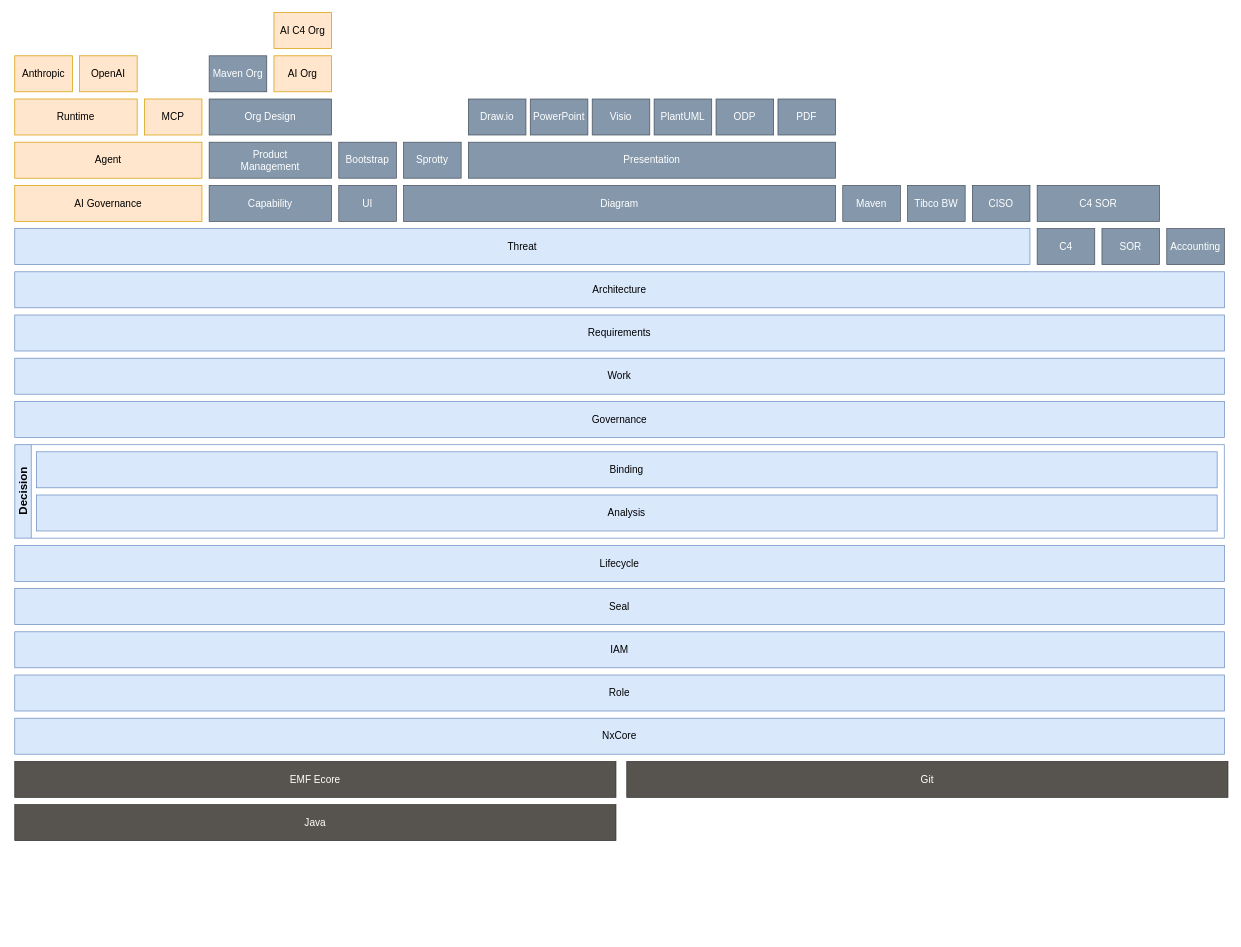
Above: model-tower.drawio in Nasdanika/nasdanika.com (draw.io), before the change. Source tidied: cells renumbered, new cells numbered last; positions are measured from the earlier drawing's top-left corner, leaving out a move shared by most shapes. Both pictures are drawn from the tidied source at 72%, with x=0, y=0 at pixel (14, 12).
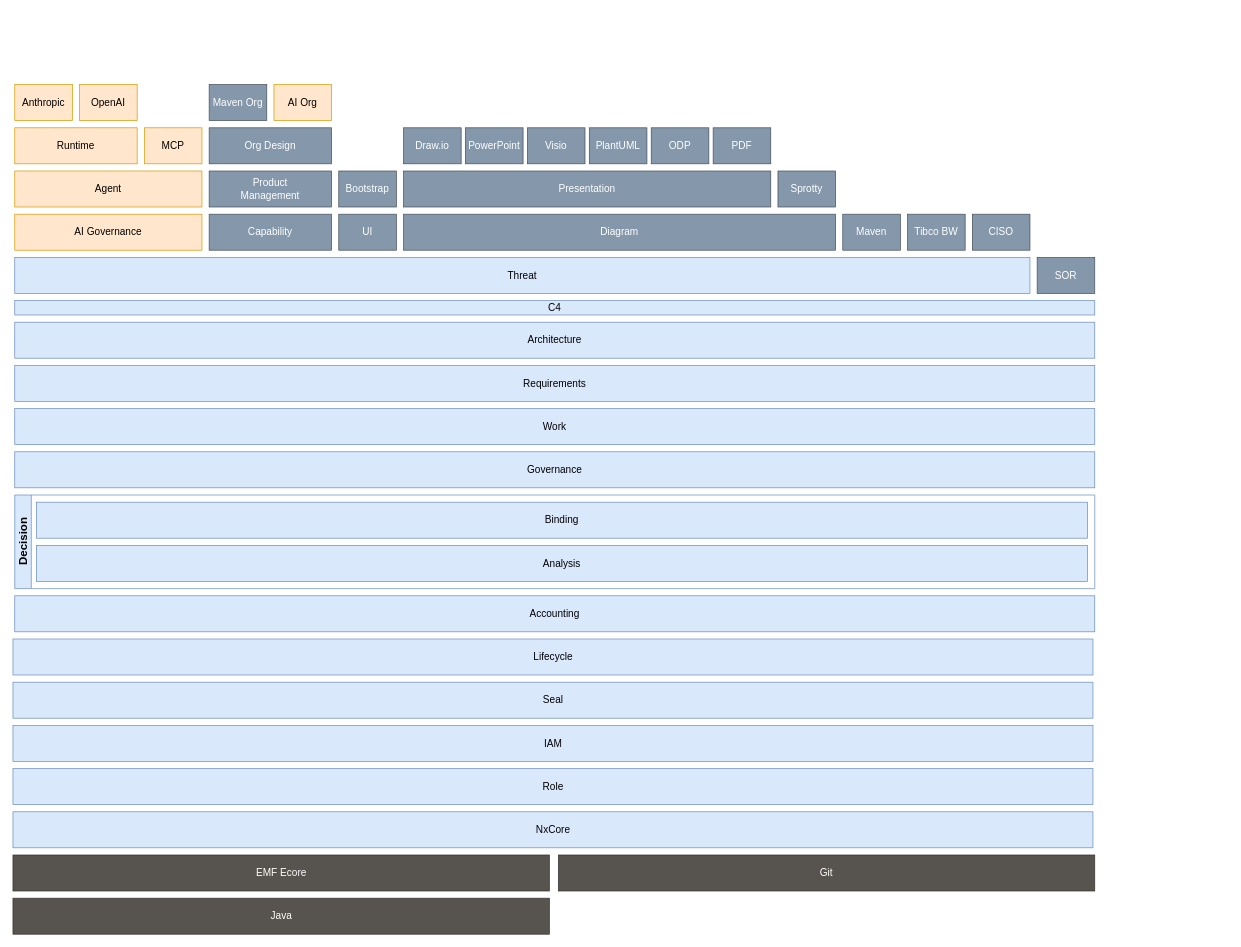
After the change.

What changed in the source:
```diff
@@
     <mxCell id="2" value="NxCore" style="rounded=0;whiteSpace=wrap;html=1;fillColor=#dae8fc;strokeColor=#6c8ebf;fontSize=14;" parent="1" vertex="1">
-      <mxGeometry y="980" width="1680" height="50" as="geometry" />
+      <mxGeometry x="-2.5" y="1110" width="1500" height="50" as="geometry" />
     </mxCell>
     <mxCell id="3" value="Role" style="rounded=0;whiteSpace=wrap;html=1;fillColor=#dae8fc;strokeColor=#6c8ebf;fontSize=14;" parent="1" vertex="1">
-      <mxGeometry y="920" width="1680" height="50" as="geometry" />
+      <mxGeometry x="-2.5" y="1050" width="1500" height="50" as="geometry" />
     </mxCell>
     <mxCell id="4" value="IAM" style="rounded=0;whiteSpace=wrap;html=1;fillColor=#dae8fc;strokeColor=#6c8ebf;fontSize=14;" parent="1" vertex="1">
-      <mxGeometry y="860" width="1680" height="50" as="geometry" />
+      <mxGeometry x="-2.5" y="990" width="1500" height="50" as="geometry" />
     </mxCell>
     <mxCell id="5" value="Lifecycle" style="rounded=0;whiteSpace=wrap;html=1;fillColor=#dae8fc;strokeColor=#6c8ebf;fontSize=14;" parent="1" vertex="1">
-      <mxGeometry y="740" width="1680" height="50" as="geometry" />
+      <mxGeometry x="-2.5" y="870" width="1500" height="50" as="geometry" />
     </mxCell>
     <mxCell id="6" value="Governance" style="rounded=0;whiteSpace=wrap;html=1;fillColor=#dae8fc;strokeColor=#6c8ebf;fontSize=14;" parent="1" vertex="1">
-      <mxGeometry y="540" width="1680" height="50" as="geometry" />
+      <mxGeometry y="610" width="1500" height="50" as="geometry" />
     </mxCell>
     <mxCell id="7" value="Work" style="rounded=0;whiteSpace=wrap;html=1;fillColor=#dae8fc;strokeColor=#6c8ebf;fontSize=14;" parent="1" vertex="1">
-      <mxGeometry y="480" width="1680" height="50" as="geometry" />
+      <mxGeometry y="550" width="1500" height="50" as="geometry" />
     </mxCell>
     <mxCell id="8" value="Architecture" style="rounded=0;whiteSpace=wrap;html=1;fillColor=#dae8fc;strokeColor=#6c8ebf;fontSize=14;" parent="1" vertex="1">
-      <mxGeometry y="360" width="1680" height="50" as="geometry" />
+      <mxGeometry y="430" width="1500" height="50" as="geometry" />
     </mxCell>
     <mxCell id="9" value="Threat" style="rounded=0;whiteSpace=wrap;html=1;fillColor=#dae8fc;strokeColor=#6c8ebf;fontSize=14;" parent="1" vertex="1">
-      <mxGeometry y="300" width="1410" height="50" as="geometry" />
+      <mxGeometry y="340" width="1410" height="50" as="geometry" />
     </mxCell>
     <mxCell id="10" value="Org Design" style="rounded=0;whiteSpace=wrap;html=1;fillColor=#8598AB;strokeColor=#47515C;fontColor=#FFFFFF;fontSize=14;" parent="1" vertex="1">
-      <mxGeometry x="270" y="120" width="170" height="50" as="geometry" />
+      <mxGeometry x="270" y="160" width="170" height="50" as="geometry" />
     </mxCell>
     <mxCell id="11" value="Agent" style="rounded=0;whiteSpace=wrap;html=1;fillColor=#ffe6cc;strokeColor=#d79b00;fontSize=14;" parent="1" vertex="1">
-      <mxGeometry y="180" width="260" height="50" as="geometry" />
+      <mxGeometry y="220" width="260" height="50" as="geometry" />
     </mxCell>
     <mxCell id="12" value="MCP" style="rounded=0;whiteSpace=wrap;html=1;fillColor=#ffe6cc;strokeColor=#d79b00;fontSize=14;" parent="1" vertex="1">
-      <mxGeometry x="180" y="120" width="80" height="50" as="geometry" />
+      <mxGeometry x="180" y="160" width="80" height="50" as="geometry" />
     </mxCell>
     <mxCell id="13" value="Runtime" style="rounded=0;whiteSpace=wrap;html=1;fillColor=#ffe6cc;strokeColor=#d79b00;fontSize=14;" parent="1" vertex="1">
-      <mxGeometry y="120" width="170" height="50" as="geometry" />
+      <mxGeometry y="160" width="170" height="50" as="geometry" />
     </mxCell>
     <mxCell id="14" value="Anthropic" style="rounded=0;whiteSpace=wrap;html=1;fillColor=#ffe6cc;strokeColor=#d79b00;fontSize=14;" parent="1" vertex="1">
-      <mxGeometry y="60" width="80" height="50" as="geometry" />
+      <mxGeometry y="100" width="80" height="50" as="geometry" />
     </mxCell>
     <mxCell id="15" value="OpenAI" style="rounded=0;whiteSpace=wrap;html=1;fillColor=#ffe6cc;strokeColor=#d79b00;fontSize=14;" parent="1" vertex="1">
-      <mxGeometry x="90" y="60" width="80" height="50" as="geometry" />
+      <mxGeometry x="90" y="100" width="80" height="50" as="geometry" />
     </mxCell>
     <mxCell id="16" value="UI" style="rounded=0;whiteSpace=wrap;html=1;fillColor=#8598AB;strokeColor=#47515C;fontColor=#FFFFFF;fontSize=14;" parent="1" vertex="1">
-      <mxGeometry x="450" y="240" width="80" height="50" as="geometry" />
+      <mxGeometry x="450" y="280" width="80" height="50" as="geometry" />
     </mxCell>
     <mxCell id="17" value="Bootstrap" style="rounded=0;whiteSpace=wrap;html=1;fillColor=#8598AB;strokeColor=#47515C;fontColor=#FFFFFF;fontSize=14;" parent="1" vertex="1">
-      <mxGeometry x="450" y="180" width="80" height="50" as="geometry" />
+      <mxGeometry x="450" y="220" width="80" height="50" as="geometry" />
     </mxCell>
     <mxCell id="18" value="Capability" style="rounded=0;whiteSpace=wrap;html=1;fillColor=#8598AB;strokeColor=#47515C;fontColor=#FFFFFF;fontSize=14;" parent="1" vertex="1">
-      <mxGeometry x="270" y="240" width="170" height="50" as="geometry" />
+      <mxGeometry x="270" y="280" width="170" height="50" as="geometry" />
     </mxCell>
     <mxCell id="19" value="Product&lt;div&gt;Management&lt;/div&gt;" style="rounded=0;whiteSpace=wrap;html=1;fillColor=#8598AB;strokeColor=#47515C;fontColor=#FFFFFF;fontSize=14;" parent="1" vertex="1">
-      <mxGeometry x="270" y="180" width="170" height="50" as="geometry" />
+      <mxGeometry x="270" y="220" width="170" height="50" as="geometry" />
     </mxCell>
     <mxCell id="20" value="Diagram" style="rounded=0;whiteSpace=wrap;html=1;fillColor=#8598AB;strokeColor=#47515C;fontColor=#FFFFFF;fontSize=14;" parent="1" vertex="1">
-      <mxGeometry x="540" y="240" width="600" height="50" as="geometry" />
+      <mxGeometry x="540" y="280" width="600" height="50" as="geometry" />
     </mxCell>
     <mxCell id="21" value="Sprotty" style="rounded=0;whiteSpace=wrap;html=1;fillColor=#8598AB;strokeColor=#47515C;fontColor=#FFFFFF;fontSize=14;" parent="1" vertex="1">
-      <mxGeometry x="540" y="180" width="80" height="50" as="geometry" />
+      <mxGeometry x="1060" y="220" width="80" height="50" as="geometry" />
     </mxCell>
     <mxCell id="22" value="Presentation" style="rounded=0;whiteSpace=wrap;html=1;fillColor=#8598AB;strokeColor=#47515C;fontColor=#FFFFFF;fontSize=14;" parent="1" vertex="1">
-      <mxGeometry x="630" y="180" width="510" height="50" as="geometry" />
+      <mxGeometry x="540" y="220" width="510" height="50" as="geometry" />
     </mxCell>
     <mxCell id="23" value="Draw.io" style="rounded=0;whiteSpace=wrap;html=1;fillColor=#8598AB;strokeColor=#47515C;fontColor=#FFFFFF;fontSize=14;" parent="1" vertex="1">
-      <mxGeometry x="630" y="120" width="80" height="50" as="geometry" />
+      <mxGeometry x="540" y="160" width="80" height="50" as="geometry" />
     </mxCell>
     <mxCell id="24" value="PowerPoint" style="rounded=0;whiteSpace=wrap;html=1;fillColor=#8598AB;strokeColor=#47515C;fontColor=#FFFFFF;fontSize=14;" parent="1" vertex="1">
-      <mxGeometry x="716" y="120" width="80" height="50" as="geometry" />
+      <mxGeometry x="626" y="160" width="80" height="50" as="geometry" />
     </mxCell>
     <mxCell id="25" value="PlantUML" style="rounded=0;whiteSpace=wrap;html=1;fillColor=#8598AB;strokeColor=#47515C;fontColor=#FFFFFF;fontSize=14;" parent="1" vertex="1">
-      <mxGeometry x="888" y="120" width="80" height="50" as="geometry" />
+      <mxGeometry x="798" y="160" width="80" height="50" as="geometry" />
     </mxCell>
     <mxCell id="26" value="ODP" style="rounded=0;whiteSpace=wrap;html=1;fillColor=#8598AB;strokeColor=#47515C;fontColor=#FFFFFF;fontSize=14;" parent="1" vertex="1">
-      <mxGeometry x="974" y="120" width="80" height="50" as="geometry" />
+      <mxGeometry x="884" y="160" width="80" height="50" as="geometry" />
     </mxCell>
     <mxCell id="27" value="Visio" style="rounded=0;whiteSpace=wrap;html=1;fillColor=#8598AB;strokeColor=#47515C;fontColor=#FFFFFF;fontSize=14;" parent="1" vertex="1">
-      <mxGeometry x="802" y="120" width="80" height="50" as="geometry" />
+      <mxGeometry x="712" y="160" width="80" height="50" as="geometry" />
     </mxCell>
     <mxCell id="28" value="AI&amp;nbsp;&lt;span style=&quot;background-color: transparent; color: light-dark(rgb(0, 0, 0), rgb(255, 255, 255));&quot;&gt;Governance&lt;/span&gt;" style="rounded=0;whiteSpace=wrap;html=1;fillColor=#ffe6cc;strokeColor=#d79b00;fontSize=14;" parent="1" vertex="1">
-      <mxGeometry y="240" width="260" height="50" as="geometry" />
+      <mxGeometry y="280" width="260" height="50" as="geometry" />
     </mxCell>
     <mxCell id="29" value="PDF" style="rounded=0;whiteSpace=wrap;html=1;fillColor=#8598AB;strokeColor=#47515C;fontColor=#FFFFFF;fontSize=14;" parent="1" vertex="1">
-      <mxGeometry x="1060" y="120" width="80" height="50" as="geometry" />
+      <mxGeometry x="970" y="160" width="80" height="50" as="geometry" />
     </mxCell>
     <mxCell id="30" value="Git" style="rounded=0;whiteSpace=wrap;html=1;fillColor=#57534E;fontColor=#ffffff;strokeColor=#363330;fontSize=14;" parent="1" vertex="1">
-      <mxGeometry x="850" y="1040" width="835" height="50" as="geometry" />
+      <mxGeometry x="755" y="1170" width="745" height="50" as="geometry" />
     </mxCell>
     <mxCell id="31" value="Seal" style="rounded=0;whiteSpace=wrap;html=1;fillColor=#dae8fc;strokeColor=#6c8ebf;fontSize=14;" parent="1" vertex="1">
-      <mxGeometry y="800" width="1680" height="50" as="geometry" />
+      <mxGeometry x="-2.5" y="930" width="1500" height="50" as="geometry" />
     </mxCell>
     <mxCell id="32" value="Maven" style="rounded=0;whiteSpace=wrap;html=1;fillColor=#8598AB;strokeColor=#47515C;fontColor=#FFFFFF;fontSize=14;" parent="1" vertex="1">
-      <mxGeometry x="1150" y="240" width="80" height="50" as="geometry" />
+      <mxGeometry x="1150" y="280" width="80" height="50" as="geometry" />
     </mxCell>
-    <mxCell id="33" value="C4" style="rounded=0;whiteSpace=wrap;html=1;fillColor=#8598AB;strokeColor=#47515C;fontColor=#FFFFFF;fontSize=14;" parent="1" vertex="1">
-      <mxGeometry x="1420" y="300" width="80" height="50" as="geometry" />
-    </mxCell>
     <mxCell id="34" value="Maven Org" style="rounded=0;whiteSpace=wrap;html=1;fillColor=#8598AB;strokeColor=#47515C;fontColor=#FFFFFF;fontSize=14;" parent="1" vertex="1">
-      <mxGeometry x="270" y="60" width="80" height="50" as="geometry" />
+      <mxGeometry x="270" y="100" width="80" height="50" as="geometry" />
     </mxCell>
     <mxCell id="35" value="EMF Ecore" style="rounded=0;whiteSpace=wrap;html=1;fillColor=#57534E;fontColor=#ffffff;strokeColor=#363330;fontSize=14;" parent="1" vertex="1">
-      <mxGeometry y="1040" width="835" height="50" as="geometry" />
+      <mxGeometry x="-2.5" y="1170" width="745" height="50" as="geometry" />
     </mxCell>
     <mxCell id="36" value="Java" style="rounded=0;whiteSpace=wrap;html=1;fillColor=#57534E;fontColor=#ffffff;strokeColor=#363330;fontSize=14;" parent="1" vertex="1">
-      <mxGeometry y="1100" width="835" height="50" as="geometry" />
+      <mxGeometry x="-2.5" y="1230" width="745" height="50" as="geometry" />
     </mxCell>
     <mxCell id="37" value="AI&amp;nbsp;&lt;span style=&quot;background-color: transparent; color: light-dark(rgb(0, 0, 0), rgb(255, 255, 255));&quot;&gt;Org&lt;/span&gt;" style="rounded=0;whiteSpace=wrap;html=1;fillColor=#ffe6cc;strokeColor=#d79b00;fontSize=14;" parent="1" vertex="1">
-      <mxGeometry x="360" y="60" width="80" height="50" as="geometry" />
+      <mxGeometry x="360" y="100" width="80" height="50" as="geometry" />
     </mxCell>
     <mxCell id="38" value="Tibco BW" style="rounded=0;whiteSpace=wrap;html=1;fillColor=#8598AB;strokeColor=#47515C;fontColor=#FFFFFF;fontSize=14;" parent="1" vertex="1">
-      <mxGeometry x="1240" y="240" width="80" height="50" as="geometry" />
+      <mxGeometry x="1240" y="280" width="80" height="50" as="geometry" />
     </mxCell>
     <mxCell id="39" value="SOR" style="rounded=0;whiteSpace=wrap;html=1;fillColor=#8598AB;strokeColor=#47515C;fontColor=#FFFFFF;fontSize=14;" parent="1" vertex="1">
-      <mxGeometry x="1510" y="300" width="80" height="50" as="geometry" />
+      <mxGeometry x="1420" y="340" width="80" height="50" as="geometry" />
     </mxCell>
-    <mxCell id="40" value="AI C4&amp;nbsp;&lt;span style=&quot;background-color: transparent; color: light-dark(rgb(0, 0, 0), rgb(255, 255, 255));&quot;&gt;Org&lt;/span&gt;" style="rounded=0;whiteSpace=wrap;html=1;fillColor=#ffe6cc;strokeColor=#d79b00;fontSize=14;" parent="1" vertex="1">
-      <mxGeometry x="360" width="80" height="50" as="geometry" />
-    </mxCell>
-    <mxCell id="41" value="Accounting" style="rounded=0;whiteSpace=wrap;html=1;fillColor=#8598AB;strokeColor=#47515C;fontColor=#FFFFFF;fontSize=14;" parent="1" vertex="1">
-      <mxGeometry x="1600" y="300" width="80" height="50" as="geometry" />
-    </mxCell>
-    <mxCell id="42" value="C4 SOR" style="rounded=0;whiteSpace=wrap;html=1;fillColor=#8598AB;strokeColor=#47515C;fontColor=#FFFFFF;fontSize=14;" parent="1" vertex="1">
-      <mxGeometry x="1420" y="240" width="170" height="50" as="geometry" />
-    </mxCell>
     <mxCell id="43" value="CISO" style="rounded=0;whiteSpace=wrap;html=1;fillColor=#8598AB;strokeColor=#47515C;fontColor=#FFFFFF;fontSize=14;" parent="1" vertex="1">
-      <mxGeometry x="1330" y="240" width="80" height="50" as="geometry" />
+      <mxGeometry x="1330" y="280" width="80" height="50" as="geometry" />
     </mxCell>
     <mxCell id="44" value="Decision" style="swimlane;horizontal=0;whiteSpace=wrap;html=1;fillColor=#dae8fc;strokeColor=#6c8ebf;fontSize=16;" parent="1" vertex="1">
-      <mxGeometry y="600" width="1680" height="130" as="geometry" />
+      <mxGeometry y="670" width="1500" height="130" as="geometry" />
     </mxCell>
     <mxCell id="45" value="Analysis" style="rounded=0;whiteSpace=wrap;html=1;fillColor=#dae8fc;strokeColor=#6c8ebf;fontSize=14;" parent="44" vertex="1">
-      <mxGeometry x="30" y="70" width="1640" height="50" as="geometry" />
+      <mxGeometry x="30" y="70" width="1460" height="50" as="geometry" />
     </mxCell>
     <mxCell id="46" value="Binding" style="rounded=0;whiteSpace=wrap;html=1;fillColor=#dae8fc;strokeColor=#6c8ebf;fontSize=14;" parent="44" vertex="1">
-      <mxGeometry x="30" y="10" width="1640" height="50" as="geometry" />
+      <mxGeometry x="30" y="10" width="1460" height="50" as="geometry" />
     </mxCell>
     <mxCell id="47" value="Requirements" style="rounded=0;whiteSpace=wrap;html=1;fillColor=#dae8fc;strokeColor=#6c8ebf;fontSize=14;" parent="1" vertex="1">
-      <mxGeometry y="420" width="1680" height="50" as="geometry" />
+      <mxGeometry y="490" width="1500" height="50" as="geometry" />
     </mxCell>
+    <mxCell id="41" value="Accounting" style="rounded=0;whiteSpace=wrap;html=1;fillColor=#dae8fc;strokeColor=#6c8ebf;fontSize=14;" parent="1" vertex="1">
+      <mxGeometry y="810" width="1500" height="50" as="geometry" />
+    </mxCell>
+    <mxCell id="33" value="C4" style="rounded=0;whiteSpace=wrap;html=1;fillColor=#dae8fc;strokeColor=#6c8ebf;fontSize=14;" parent="1" vertex="1">
+      <mxGeometry y="400" width="1500" height="20" as="geometry" />
+    </mxCell>
```
